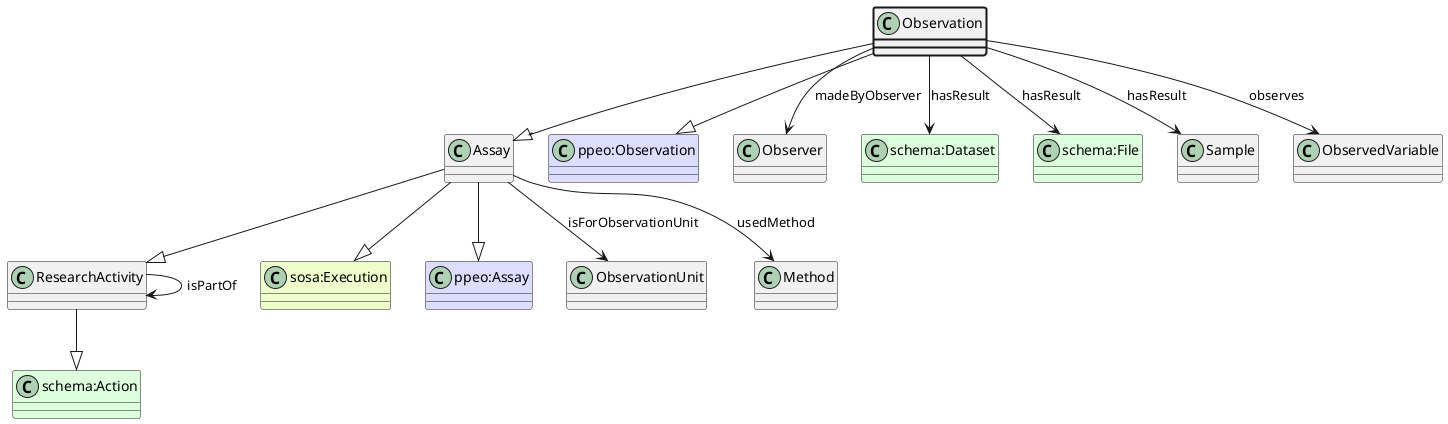
aus-plant-phenomics-network/appn-schema keeps this PlantUML diagram as ttl_uml/ttl_appn_Observation.png. Above is the earlier version.
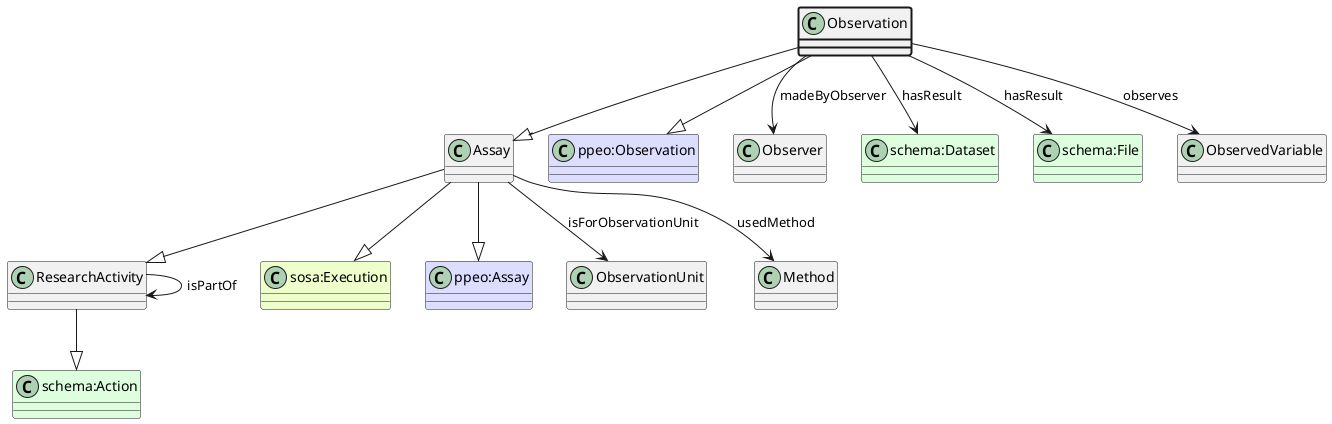
The same file after the commit.

What changed in the source:
```diff
@@ -18,8 +18,6 @@
 Observation --> "schema:Dataset" : hasResult
 class "schema:File" #DDFFDD
 Observation --> "schema:File" : hasResult
-class Sample
-Observation --> Sample : hasResult
 class ObservedVariable
 Observation --> ObservedVariable : observes
 class ObservationUnit
```
